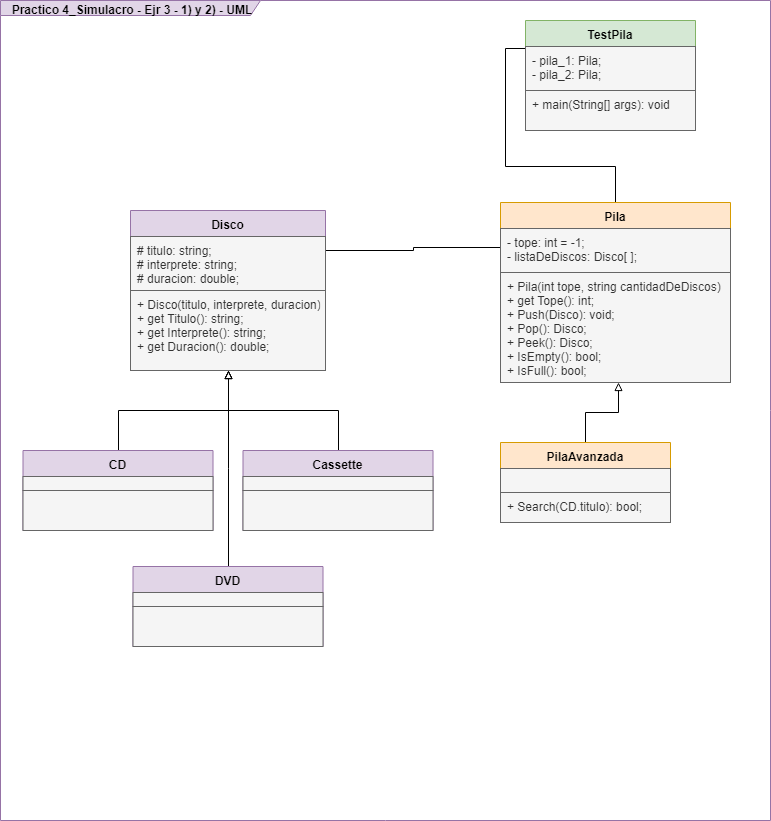
The draw.io diagram Practico 4_Simulacro - Ejr 3 - 1) y 2)  - UML.png in luisdraco9/Practico-4---Ejercicio-3, before a commit. Source tidied: cells renumbered, new cells last; positions are measured from the earlier drawing's top-left corner, leaving out a move shared by most shapes.
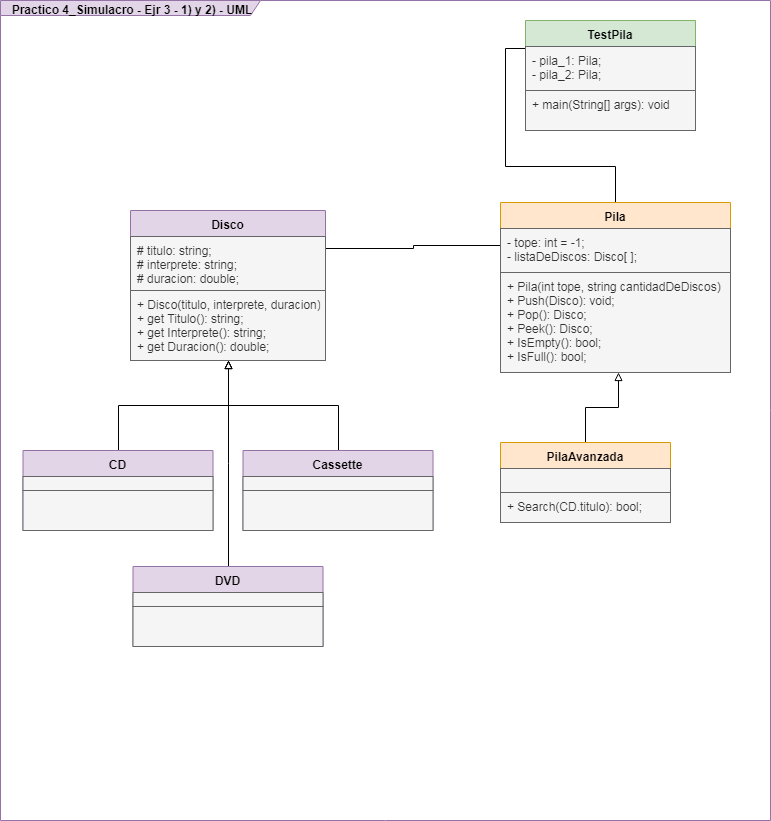
The same diagram one commit later.

Change to the diagram source:
```diff
@@ -33,13 +33,13 @@
       <mxGeometry relative="1" as="geometry" />
     </mxCell>
     <mxCell id="12" value="Pila" style="swimlane;fontStyle=1;align=center;verticalAlign=top;horizontal=1;startSize=26;fillColor=#ffe6cc;strokeColor=#d79b00;" parent="1" vertex="1">
-      <mxGeometry x="500" y="202" width="230" height="180" as="geometry" />
+      <mxGeometry x="500" y="202" width="230" height="170" as="geometry" />
     </mxCell>
     <mxCell id="13" value="- tope: int = -1;&#10;- listaDeDiscos: Disco[ ];&#10;" style="text;strokeColor=#666666;fillColor=#f5f5f5;align=left;verticalAlign=top;spacingLeft=4;spacingRight=4;overflow=hidden;fontColor=#333333;" parent="12" vertex="1">
       <mxGeometry y="26" width="230" height="44" as="geometry" />
     </mxCell>
-    <mxCell id="14" value="+ Pila(int tope, string cantidadDeDiscos)&#10;+ get Tope(): int;&#10;+ Push(Disco): void;&#10;+ Pop(): Disco;&#10;+ Peek(): Disco;&#10;+ IsEmpty(): bool;&#10;+ IsFull(): bool;&#10;" style="text;strokeColor=#666666;fillColor=#f5f5f5;align=left;verticalAlign=top;spacingLeft=4;spacingRight=4;overflow=hidden;points=[[0,0.5],[1,0.5]];portConstraint=eastwest;fontColor=#333333;" parent="12" vertex="1">
-      <mxGeometry y="70" width="230" height="110" as="geometry" />
+    <mxCell id="14" value="+ Pila(int tope, string cantidadDeDiscos)&#10;+ Push(Disco): void;&#10;+ Pop(): Disco;&#10;+ Peek(): Disco;&#10;+ IsEmpty(): bool;&#10;+ IsFull(): bool;&#10;" style="text;strokeColor=#666666;fillColor=#f5f5f5;align=left;verticalAlign=top;spacingLeft=4;spacingRight=4;overflow=hidden;points=[[0,0.5],[1,0.5]];portConstraint=eastwest;fontColor=#333333;" parent="12" vertex="1">
+      <mxGeometry y="70" width="230" height="100" as="geometry" />
     </mxCell>
     <mxCell id="15" style="edgeStyle=orthogonalEdgeStyle;rounded=0;jettySize=auto;html=1;exitX=0.5;exitY=0;exitDx=0;exitDy=0;entryX=0.512;entryY=1;entryDx=0;entryDy=0;entryPerimeter=0;endArrow=block;endFill=0;" parent="1" edge="1" source="16" target="14">
       <mxGeometry relative="1" as="geometry" />
@@ -54,13 +54,13 @@
       <mxGeometry y="50" width="170" height="30" as="geometry" />
     </mxCell>
     <mxCell id="19" value="Disco" style="swimlane;fontStyle=1;align=center;verticalAlign=top;horizontal=1;startSize=26;fillColor=#e1d5e7;strokeColor=#9673a6;" parent="1" vertex="1">
-      <mxGeometry x="130" y="210" width="195" height="160" as="geometry" />
+      <mxGeometry x="130" y="210" width="195" height="150" as="geometry" />
     </mxCell>
     <mxCell id="20" value="# titulo: string;&#10;# interprete: string;&#10;# duracion: double;&#10;&#10;" style="text;strokeColor=#666666;fillColor=#f5f5f5;align=left;verticalAlign=top;spacingLeft=4;spacingRight=4;overflow=hidden;fontColor=#333333;" parent="19" vertex="1">
       <mxGeometry y="26" width="195" height="54" as="geometry" />
     </mxCell>
     <mxCell id="21" value="+ Disco(titulo, interprete, duracion)&#10;+ get Titulo(): string;&#10;+ get Interprete(): string;&#10;+ get Duracion(): double;&#10;" style="text;strokeColor=#666666;fillColor=#f5f5f5;align=left;verticalAlign=top;spacingLeft=4;spacingRight=4;overflow=hidden;fontColor=#333333;" parent="19" vertex="1">
-      <mxGeometry y="80" width="195" height="80" as="geometry" />
+      <mxGeometry y="80" width="195" height="70" as="geometry" />
     </mxCell>
     <mxCell id="22" style="edgeStyle=orthogonalEdgeStyle;rounded=0;jettySize=auto;html=1;exitX=0.5;exitY=0;exitDx=0;exitDy=0;entryX=0.5;entryY=1;entryDx=0;entryDy=0;endArrow=block;endFill=0;" parent="1" edge="1" source="23" target="19">
       <mxGeometry relative="1" as="geometry" />
```
